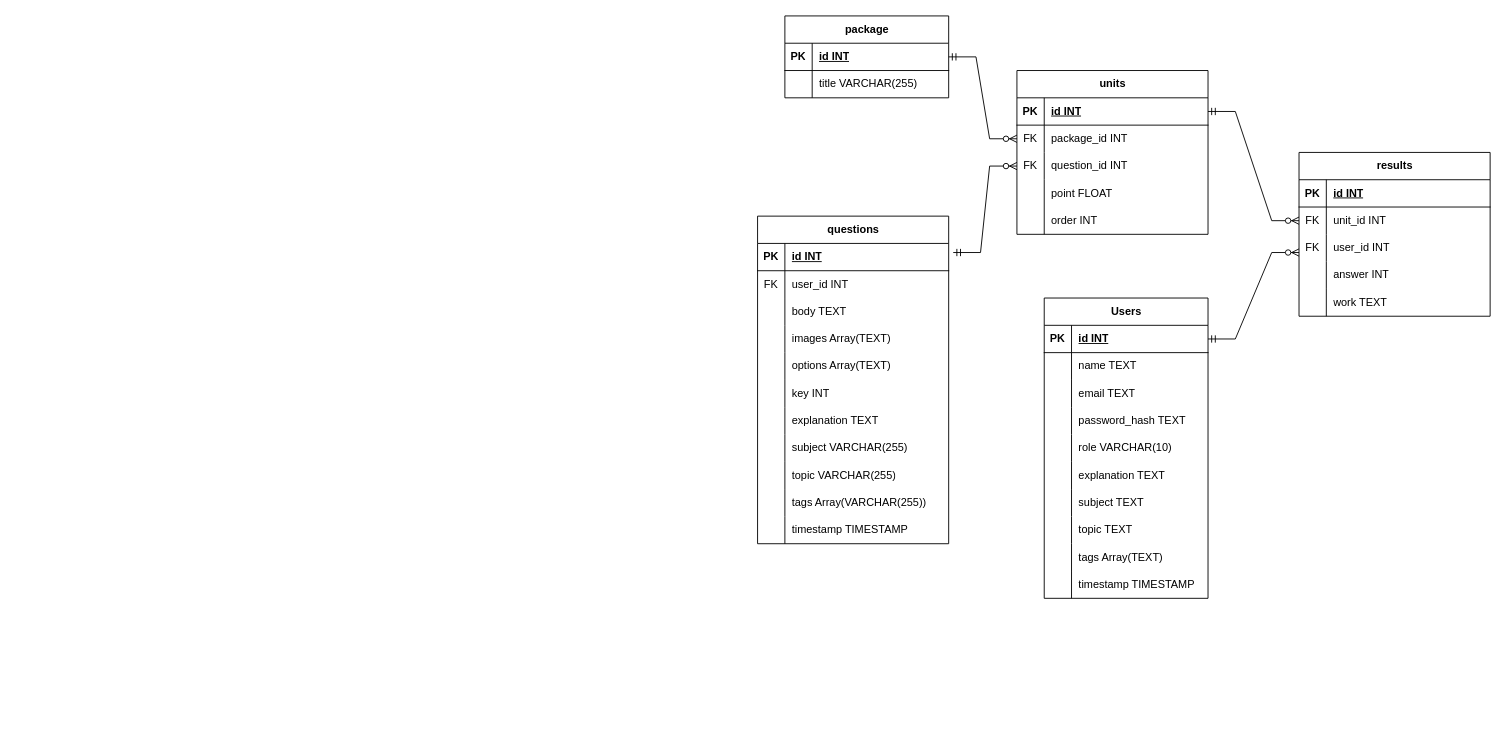
suryasaputra2016/YourFirstSite keeps this draw.io diagram as Course.drawio. Above is the earlier version. Source tidied: cells renumbered, new cells numbered last; positions are measured from the earlier drawing's top-left corner, leaving out a move shared by most shapes. Both pictures are drawn from the tidied source at 91%, with x=0, y=0 at pixel (757, 15).
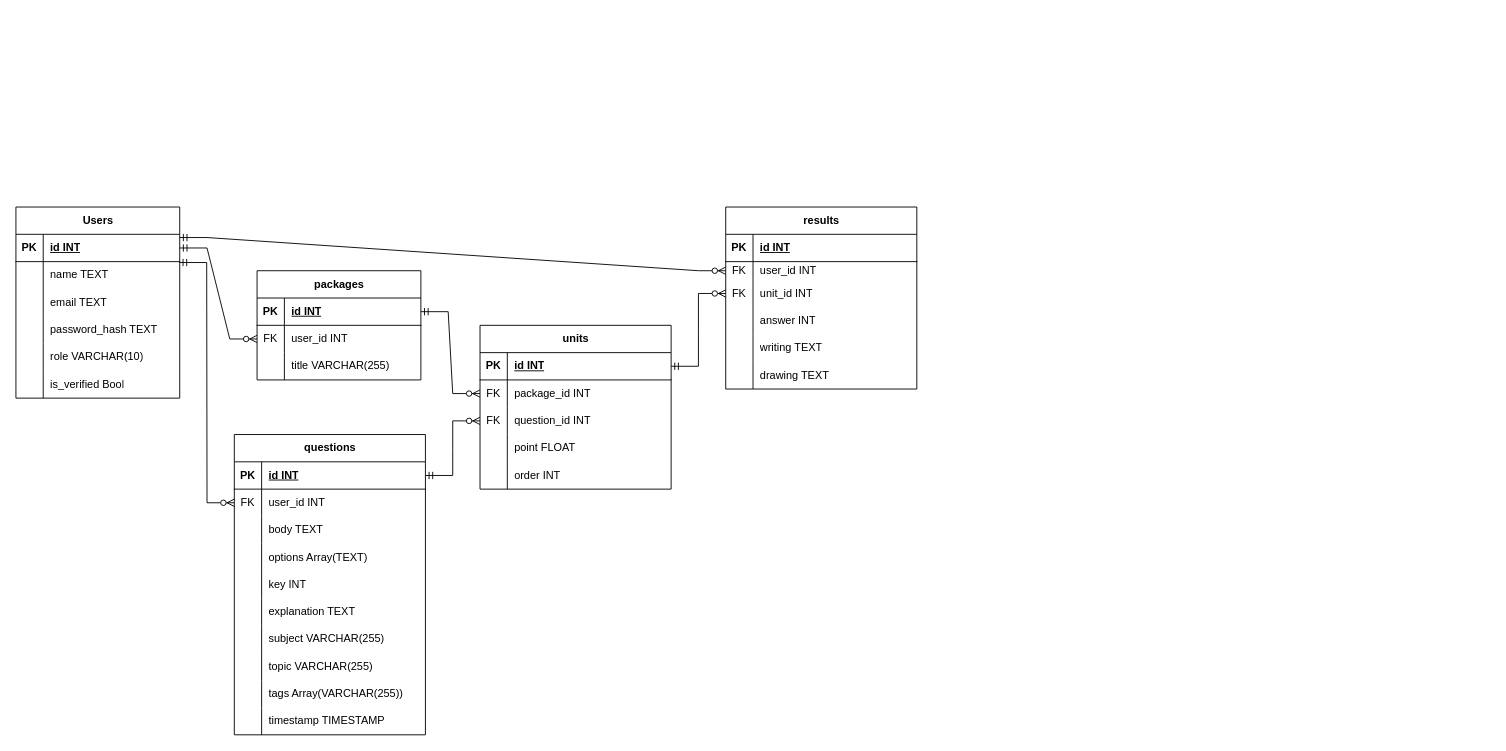
After the change.

Unchanged cells that the change refers to:
```xml
<mxCell id="3" style="shape=tableRow;horizontal=0;startSize=0;swimlaneHead=0;swimlaneBody=0;fillColor=none;points=[[0,0.5],[1,0.5]];portConstraint=eastwest;top=0;left=0;right=0;bottom=1;" parent="2" vertex="1">
  <mxGeometry y="30" width="210" height="30" as="geometry" />
</mxCell>
<mxCell id="6" style="shape=tableRow;horizontal=0;startSize=0;swimlaneHead=0;swimlaneBody=0;fillColor=none;points=[[0,0.5],[1,0.5]];portConstraint=eastwest;top=0;left=0;right=0;bottom=0;" parent="2" vertex="1">
  <mxGeometry y="60" width="210" height="30" as="geometry" />
</mxCell>
<mxCell id="43" style="shape=tableRow;horizontal=0;startSize=0;swimlaneHead=0;swimlaneBody=0;fillColor=none;points=[[0,0.5],[1,0.5]];portConstraint=eastwest;top=0;left=0;right=0;bottom=0;" parent="36" vertex="1">
  <mxGeometry y="90" width="210" height="30" as="geometry" />
</mxCell>
<mxCell id="56" style="shape=tableRow;horizontal=0;startSize=0;swimlaneHead=0;swimlaneBody=0;fillColor=none;points=[[0,0.5],[1,0.5]];portConstraint=eastwest;top=0;left=0;right=0;bottom=0;" parent="52" vertex="1">
  <mxGeometry y="60" width="180" height="30" as="geometry" />
</mxCell>
<mxCell id="60" style="shape=tableRow;horizontal=0;startSize=0;swimlaneHead=0;swimlaneBody=0;fillColor=none;points=[[0,0.5],[1,0.5]];portConstraint=eastwest;top=0;left=0;right=0;bottom=1;" parent="59" vertex="1">
  <mxGeometry y="30" width="180" height="30" as="geometry" />
</mxCell>
<mxCell id="75" style="shape=tableRow;horizontal=0;startSize=0;swimlaneHead=0;swimlaneBody=0;fillColor=none;top=0;left=0;right=0;bottom=0;" parent="59" vertex="1">
  <mxGeometry y="180" width="180" height="30" as="geometry" />
</mxCell>
```

The edit, as a diff of the source:
```diff
@@
     <mxCell id="2" value="questions" style="shape=table;startSize=30;childLayout=tableLayout;rowLines=0;fontStyle=1;align=center;html=1;" parent="1" vertex="1">
-      <mxGeometry y="220" width="210" height="360" as="geometry" />
+      <mxGeometry x="-575" y="460" width="210" height="330" as="geometry" />
     </mxCell>
@@
-    <mxCell id="12" style="shape=tableRow;horizontal=0;startSize=0;swimlaneHead=0;swimlaneBody=0;fillColor=none;top=0;left=0;right=0;bottom=0;" parent="2" vertex="1">
-      <mxGeometry y="120" width="210" height="30" as="geometry" />
-    </mxCell>
-    <mxCell id="13" style="shape=partialRectangle;fillColor=none;top=0;left=0;bottom=0;right=0;overflow=hidden;whiteSpace=wrap;html=1;" parent="12" vertex="1">
-      <mxGeometry width="30" height="30" as="geometry" />
-    </mxCell>
-    <mxCell id="14" value="images Array(TEXT)" style="shape=partialRectangle;fillColor=none;top=0;left=0;bottom=0;right=0;align=left;spacingLeft=6;overflow=hidden;whiteSpace=wrap;html=1;" parent="12" vertex="1">
-      <mxGeometry x="30" width="180" height="30" as="geometry" />
-    </mxCell>
     <mxCell id="15" style="shape=tableRow;horizontal=0;startSize=0;swimlaneHead=0;swimlaneBody=0;fillColor=none;top=0;left=0;right=0;bottom=0;" parent="2" vertex="1">
-      <mxGeometry y="150" width="210" height="30" as="geometry" />
+      <mxGeometry y="120" width="210" height="30" as="geometry" />
     </mxCell>
@@
     <mxCell id="18" style="shape=tableRow;horizontal=0;startSize=0;swimlaneHead=0;swimlaneBody=0;fillColor=none;top=0;left=0;right=0;bottom=0;" parent="2" vertex="1">
-      <mxGeometry y="180" width="210" height="30" as="geometry" />
+      <mxGeometry y="150" width="210" height="30" as="geometry" />
     </mxCell>
@@
     <mxCell id="21" style="shape=tableRow;horizontal=0;startSize=0;swimlaneHead=0;swimlaneBody=0;fillColor=none;top=0;left=0;right=0;bottom=0;" parent="2" vertex="1">
-      <mxGeometry y="210" width="210" height="30" as="geometry" />
+      <mxGeometry y="180" width="210" height="30" as="geometry" />
     </mxCell>
@@
     <mxCell id="24" style="shape=tableRow;horizontal=0;startSize=0;swimlaneHead=0;swimlaneBody=0;fillColor=none;top=0;left=0;right=0;bottom=0;" parent="2" vertex="1">
-      <mxGeometry y="240" width="210" height="30" as="geometry" />
+      <mxGeometry y="210" width="210" height="30" as="geometry" />
     </mxCell>
@@
     <mxCell id="27" style="shape=tableRow;horizontal=0;startSize=0;swimlaneHead=0;swimlaneBody=0;fillColor=none;top=0;left=0;right=0;bottom=0;" parent="2" vertex="1">
-      <mxGeometry y="270" width="210" height="30" as="geometry" />
+      <mxGeometry y="240" width="210" height="30" as="geometry" />
     </mxCell>
@@
     <mxCell id="30" style="shape=tableRow;horizontal=0;startSize=0;swimlaneHead=0;swimlaneBody=0;fillColor=none;top=0;left=0;right=0;bottom=0;" parent="2" vertex="1">
-      <mxGeometry y="300" width="210" height="30" as="geometry" />
+      <mxGeometry y="270" width="210" height="30" as="geometry" />
     </mxCell>
@@
     <mxCell id="33" style="shape=tableRow;horizontal=0;startSize=0;swimlaneHead=0;swimlaneBody=0;fillColor=none;top=0;left=0;right=0;bottom=0;" parent="2" vertex="1">
-      <mxGeometry y="330" width="210" height="30" as="geometry" />
+      <mxGeometry y="300" width="210" height="30" as="geometry" />
     </mxCell>
@@
     <mxCell id="36" value="units" style="shape=table;startSize=30;childLayout=tableLayout;rowLines=0;fontStyle=1;align=center;html=1;" parent="1" vertex="1">
-      <mxGeometry x="285" y="60" width="210" height="180" as="geometry" />
+      <mxGeometry x="-305" y="340" width="210" height="180" as="geometry" />
     </mxCell>
@@
-    <mxCell id="52" value="package" style="shape=table;startSize=30;childLayout=tableLayout;rowLines=0;fontStyle=1;align=center;html=1;" parent="1" vertex="1">
-      <mxGeometry x="30" width="180" height="90" as="geometry" />
+    <mxCell id="52" value="packages" style="shape=table;startSize=30;childLayout=tableLayout;rowLines=0;fontStyle=1;align=center;html=1;" parent="1" vertex="1">
+      <mxGeometry x="-550" y="280" width="180" height="120" as="geometry" />
     </mxCell>
@@
-    <mxCell id="57" style="shape=partialRectangle;fillColor=none;top=0;left=0;bottom=0;right=0;overflow=hidden;whiteSpace=wrap;html=1;" parent="56" vertex="1">
+    <mxCell id="57" value="FK" style="shape=partialRectangle;fillColor=none;top=0;left=0;bottom=0;right=0;overflow=hidden;whiteSpace=wrap;html=1;" parent="56" vertex="1">
       <mxGeometry width="30" height="30" as="geometry" />
     </mxCell>
-    <mxCell id="58" value="title VARCHAR(255)" style="shape=partialRectangle;fillColor=none;top=0;left=0;bottom=0;right=0;align=left;spacingLeft=6;overflow=hidden;whiteSpace=wrap;html=1;" parent="56" vertex="1">
+    <mxCell id="58" value="user_id INT" style="shape=partialRectangle;fillColor=none;top=0;left=0;bottom=0;right=0;align=left;spacingLeft=6;overflow=hidden;whiteSpace=wrap;html=1;" parent="56" vertex="1">
       <mxGeometry x="30" width="150" height="30" as="geometry" />
     </mxCell>
+    <mxCell id="110" style="shape=tableRow;horizontal=0;startSize=0;swimlaneHead=0;swimlaneBody=0;fillColor=none;top=0;left=0;right=0;bottom=0;" parent="52" vertex="1">
+      <mxGeometry y="90" width="180" height="30" as="geometry" />
+    </mxCell>
+    <mxCell id="111" style="shape=partialRectangle;fillColor=none;top=0;left=0;bottom=0;right=0;overflow=hidden;whiteSpace=wrap;html=1;" parent="110" vertex="1">
+      <mxGeometry width="30" height="30" as="geometry" />
+    </mxCell>
+    <mxCell id="112" value="title VARCHAR(255)" style="shape=partialRectangle;fillColor=none;top=0;left=0;bottom=0;right=0;align=left;spacingLeft=6;overflow=hidden;whiteSpace=wrap;html=1;" parent="110" vertex="1">
+      <mxGeometry x="30" width="150" height="30" as="geometry" />
+    </mxCell>
     <mxCell id="59" value="Users" style="shape=table;startSize=30;childLayout=tableLayout;rowLines=0;fontStyle=1;align=center;html=1;" parent="1" vertex="1">
-      <mxGeometry x="315" y="310" width="180" height="330" as="geometry" />
+      <mxGeometry x="-815" y="210" width="180" height="210" as="geometry" />
     </mxCell>
@@
-    <mxCell id="77" value="explanation TEXT" style="shape=partialRectangle;fillColor=none;top=0;left=0;bottom=0;right=0;align=left;spacingLeft=6;overflow=hidden;whiteSpace=wrap;html=1;" parent="75" vertex="1">
+    <mxCell id="77" value="is_verified Bool" style="shape=partialRectangle;fillColor=none;top=0;left=0;bottom=0;right=0;align=left;spacingLeft=6;overflow=hidden;whiteSpace=wrap;html=1;" parent="75" vertex="1">
       <mxGeometry x="30" width="150" height="30" as="geometry" />
     </mxCell>
-    <mxCell id="78" style="shape=tableRow;horizontal=0;startSize=0;swimlaneHead=0;swimlaneBody=0;fillColor=none;top=0;left=0;right=0;bottom=0;" parent="59" vertex="1">
-      <mxGeometry y="210" width="180" height="30" as="geometry" />
-    </mxCell>
-    <mxCell id="79" style="shape=partialRectangle;fillColor=none;top=0;left=0;bottom=0;right=0;overflow=hidden;whiteSpace=wrap;html=1;" parent="78" vertex="1">
-      <mxGeometry width="30" height="30" as="geometry" />
-    </mxCell>
-    <mxCell id="80" value="subject TEXT" style="shape=partialRectangle;fillColor=none;top=0;left=0;bottom=0;right=0;align=left;spacingLeft=6;overflow=hidden;whiteSpace=wrap;html=1;" parent="78" vertex="1">
-      <mxGeometry x="30" width="150" height="30" as="geometry" />
-    </mxCell>
-    <mxCell id="81" style="shape=tableRow;horizontal=0;startSize=0;swimlaneHead=0;swimlaneBody=0;fillColor=none;top=0;left=0;right=0;bottom=0;" parent="59" vertex="1">
-      <mxGeometry y="240" width="180" height="30" as="geometry" />
-    </mxCell>
-    <mxCell id="82" style="shape=partialRectangle;fillColor=none;top=0;left=0;bottom=0;right=0;overflow=hidden;whiteSpace=wrap;html=1;" parent="81" vertex="1">
-      <mxGeometry width="30" height="30" as="geometry" />
-    </mxCell>
-    <mxCell id="83" value="topic TEXT" style="shape=partialRectangle;fillColor=none;top=0;left=0;bottom=0;right=0;align=left;spacingLeft=6;overflow=hidden;whiteSpace=wrap;html=1;" parent="81" vertex="1">
-      <mxGeometry x="30" width="150" height="30" as="geometry" />
-    </mxCell>
-    <mxCell id="84" style="shape=tableRow;horizontal=0;startSize=0;swimlaneHead=0;swimlaneBody=0;fillColor=none;top=0;left=0;right=0;bottom=0;" parent="59" vertex="1">
-      <mxGeometry y="270" width="180" height="30" as="geometry" />
-    </mxCell>
-    <mxCell id="85" style="shape=partialRectangle;fillColor=none;top=0;left=0;bottom=0;right=0;overflow=hidden;whiteSpace=wrap;html=1;" parent="84" vertex="1">
-      <mxGeometry width="30" height="30" as="geometry" />
-    </mxCell>
-    <mxCell id="86" value="tags Array(TEXT)" style="shape=partialRectangle;fillColor=none;top=0;left=0;bottom=0;right=0;align=left;spacingLeft=6;overflow=hidden;whiteSpace=wrap;html=1;" parent="84" vertex="1">
-      <mxGeometry x="30" width="150" height="30" as="geometry" />
-    </mxCell>
-    <mxCell id="87" style="shape=tableRow;horizontal=0;startSize=0;swimlaneHead=0;swimlaneBody=0;fillColor=none;top=0;left=0;right=0;bottom=0;" parent="59" vertex="1">
-      <mxGeometry y="300" width="180" height="30" as="geometry" />
-    </mxCell>
-    <mxCell id="88" style="shape=partialRectangle;fillColor=none;top=0;left=0;bottom=0;right=0;overflow=hidden;whiteSpace=wrap;html=1;" parent="87" vertex="1">
-      <mxGeometry width="30" height="30" as="geometry" />
-    </mxCell>
-    <mxCell id="89" value="timestamp TIMESTAMP" style="shape=partialRectangle;fillColor=none;top=0;left=0;bottom=0;right=0;align=left;spacingLeft=6;overflow=hidden;whiteSpace=wrap;html=1;" parent="87" vertex="1">
-      <mxGeometry x="30" width="150" height="30" as="geometry" />
-    </mxCell>
     <mxCell id="90" value="results" style="shape=table;startSize=30;childLayout=tableLayout;rowLines=0;fontStyle=1;align=center;html=1;" parent="1" vertex="1">
-      <mxGeometry x="595" y="150" width="210" height="180" as="geometry" />
+      <mxGeometry x="-35" y="210" width="210" height="200" as="geometry" />
     </mxCell>
@@
     <mxCell id="94" style="shape=tableRow;horizontal=0;startSize=0;swimlaneHead=0;swimlaneBody=0;fillColor=none;points=[[0,0.5],[1,0.5]];portConstraint=eastwest;top=0;left=0;right=0;bottom=0;" parent="90" vertex="1">
-      <mxGeometry y="60" width="210" height="30" as="geometry" />
+      <mxGeometry y="60" width="210" height="20" as="geometry" />
     </mxCell>
     <mxCell id="95" value="FK" style="shape=partialRectangle;fillColor=none;top=0;left=0;bottom=0;right=0;overflow=hidden;whiteSpace=wrap;html=1;" parent="94" vertex="1">
-      <mxGeometry width="30" height="30" as="geometry" />
+      <mxGeometry width="30" height="20" as="geometry" />
     </mxCell>
-    <mxCell id="96" value="unit_id INT" style="shape=partialRectangle;fillColor=none;top=0;left=0;bottom=0;right=0;align=left;spacingLeft=6;overflow=hidden;whiteSpace=wrap;html=1;" parent="94" vertex="1">
-      <mxGeometry x="30" width="180" height="30" as="geometry" />
+    <mxCell id="96" value="user_id INT" style="shape=partialRectangle;fillColor=none;top=0;left=0;bottom=0;right=0;align=left;spacingLeft=6;overflow=hidden;whiteSpace=wrap;html=1;" parent="94" vertex="1">
+      <mxGeometry x="30" width="180" height="20" as="geometry" />
     </mxCell>
     <mxCell id="97" style="shape=tableRow;horizontal=0;startSize=0;swimlaneHead=0;swimlaneBody=0;fillColor=none;points=[[0,0.5],[1,0.5]];portConstraint=eastwest;top=0;left=0;right=0;bottom=0;" parent="90" vertex="1">
-      <mxGeometry y="90" width="210" height="30" as="geometry" />
+      <mxGeometry y="80" width="210" height="30" as="geometry" />
     </mxCell>
@@
-    <mxCell id="99" value="user_id INT" style="shape=partialRectangle;fillColor=none;top=0;left=0;bottom=0;right=0;align=left;spacingLeft=6;overflow=hidden;whiteSpace=wrap;html=1;" parent="97" vertex="1">
+    <mxCell id="99" value="unit_id INT" style="shape=partialRectangle;fillColor=none;top=0;left=0;bottom=0;right=0;align=left;spacingLeft=6;overflow=hidden;whiteSpace=wrap;html=1;" parent="97" vertex="1">
       <mxGeometry x="30" width="180" height="30" as="geometry" />
     </mxCell>
     <mxCell id="100" style="shape=tableRow;horizontal=0;startSize=0;swimlaneHead=0;swimlaneBody=0;fillColor=none;top=0;left=0;right=0;bottom=0;" parent="90" vertex="1">
-      <mxGeometry y="120" width="210" height="30" as="geometry" />
+      <mxGeometry y="110" width="210" height="30" as="geometry" />
     </mxCell>
@@
     <mxCell id="103" style="shape=tableRow;horizontal=0;startSize=0;swimlaneHead=0;swimlaneBody=0;fillColor=none;top=0;left=0;right=0;bottom=0;" parent="90" vertex="1">
-      <mxGeometry y="150" width="210" height="30" as="geometry" />
+      <mxGeometry y="140" width="210" height="30" as="geometry" />
     </mxCell>
@@
-    <mxCell id="105" value="work TEXT" style="shape=partialRectangle;fillColor=none;top=0;left=0;bottom=0;right=0;align=left;spacingLeft=6;overflow=hidden;whiteSpace=wrap;html=1;" parent="103" vertex="1">
+    <mxCell id="105" value="writing TEXT" style="shape=partialRectangle;fillColor=none;top=0;left=0;bottom=0;right=0;align=left;spacingLeft=6;overflow=hidden;whiteSpace=wrap;html=1;" parent="103" vertex="1">
       <mxGeometry x="30" width="180" height="30" as="geometry" />
     </mxCell>
+    <mxCell id="113" style="shape=tableRow;horizontal=0;startSize=0;swimlaneHead=0;swimlaneBody=0;fillColor=none;top=0;left=0;right=0;bottom=0;" parent="90" vertex="1">
+      <mxGeometry y="170" width="210" height="30" as="geometry" />
+    </mxCell>
+    <mxCell id="114" style="shape=partialRectangle;fillColor=none;top=0;left=0;bottom=0;right=0;overflow=hidden;whiteSpace=wrap;html=1;" parent="113" vertex="1">
+      <mxGeometry width="30" height="30" as="geometry" />
+    </mxCell>
+    <mxCell id="115" value="drawing TEXT" style="shape=partialRectangle;fillColor=none;top=0;left=0;bottom=0;right=0;align=left;spacingLeft=6;overflow=hidden;whiteSpace=wrap;html=1;" parent="113" vertex="1">
+      <mxGeometry x="30" width="180" height="30" as="geometry" />
+    </mxCell>
@@
-    <mxCell id="107" style="edgeStyle=entityRelationEdgeStyle;fontSize=12;html=1;endArrow=ERzeroToMany;startArrow=ERmandOne;rounded=0;entryX=0;entryY=0.5;entryDx=0;entryDy=0;exitX=1;exitY=0.5;exitDx=0;exitDy=0;" parent="1" edge="1" target="43">
-      <mxGeometry relative="1" as="geometry">
-        <mxPoint x="215" y="260" as="sourcePoint" />
-      </mxGeometry>
+    <mxCell id="107" style="edgeStyle=entityRelationEdgeStyle;fontSize=12;html=1;endArrow=ERzeroToMany;startArrow=ERmandOne;rounded=0;entryX=0;entryY=0.5;entryDx=0;entryDy=0;exitX=1;exitY=0.5;exitDx=0;exitDy=0;" parent="1" edge="1" source="3" target="43">
+      <mxGeometry relative="1" as="geometry" />
     </mxCell>
-    <mxCell id="108" style="edgeStyle=entityRelationEdgeStyle;fontSize=12;html=1;endArrow=ERzeroToMany;startArrow=ERmandOne;rounded=0;entryX=0;entryY=0.5;entryDx=0;entryDy=0;exitX=1;exitY=0.5;exitDx=0;exitDy=0;" parent="1" edge="1" target="94">
+    <mxCell id="108" style="edgeStyle=entityRelationEdgeStyle;fontSize=12;html=1;endArrow=ERzeroToMany;startArrow=ERmandOne;rounded=0;exitX=1;exitY=0.5;exitDx=0;exitDy=0;entryX=0;entryY=0.5;entryDx=0;entryDy=0;" parent="1" edge="1" target="97">
       <mxGeometry relative="1" as="geometry">
-        <mxPoint x="495" y="105" as="sourcePoint" />
+        <mxPoint x="-95" y="385" as="sourcePoint" />
       </mxGeometry>
     </mxCell>
-    <mxCell id="109" style="edgeStyle=entityRelationEdgeStyle;fontSize=12;html=1;endArrow=ERzeroToMany;startArrow=ERmandOne;rounded=0;entryX=0;entryY=0.5;entryDx=0;entryDy=0;exitX=1;exitY=0.5;exitDx=0;exitDy=0;" parent="1" edge="1" source="60">
-      <mxGeometry relative="1" as="geometry">
-        <mxPoint x="595" y="260" as="targetPoint" />
-      </mxGeometry>
+    <mxCell id="109" style="edgeStyle=entityRelationEdgeStyle;fontSize=12;html=1;endArrow=ERzeroToMany;startArrow=ERmandOne;rounded=0;entryX=0;entryY=0.5;entryDx=0;entryDy=0;exitX=1;exitY=0.118;exitDx=0;exitDy=0;exitPerimeter=0;" parent="1" edge="1" source="60" target="94">
+      <mxGeometry relative="1" as="geometry" />
     </mxCell>
+    <mxCell id="116" style="edgeStyle=entityRelationEdgeStyle;fontSize=12;html=1;endArrow=ERzeroToMany;startArrow=ERmandOne;rounded=0;exitX=1;exitY=0.5;exitDx=0;exitDy=0;entryX=0;entryY=0.5;entryDx=0;entryDy=0;" parent="1" edge="1" source="60" target="56">
+      <mxGeometry relative="1" as="geometry" />
+    </mxCell>
+    <mxCell id="117" style="edgeStyle=entityRelationEdgeStyle;fontSize=12;html=1;endArrow=ERzeroToMany;startArrow=ERmandOne;rounded=0;exitX=0.998;exitY=1.033;exitDx=0;exitDy=0;entryX=0;entryY=0.5;entryDx=0;entryDy=0;exitPerimeter=0;" parent="1" edge="1" source="60" target="6">
+      <mxGeometry relative="1" as="geometry" />
+    </mxCell>
```
